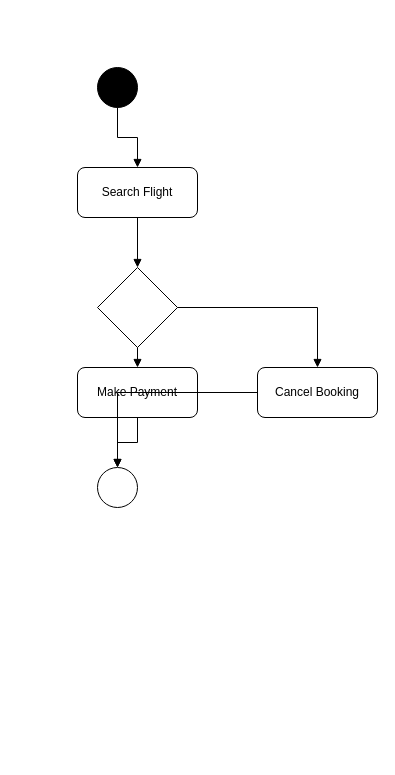
Above: acdiag.drawio in Latifpro108108/test (draw.io), before the change. Source tidied: cells renumbered, new cells numbered last; positions are measured from the earlier drawing's top-left corner, leaving out a move shared by most shapes. Both pictures are drawn from the tidied source at 100%, with x=0, y=0 at pixel (77, 67).
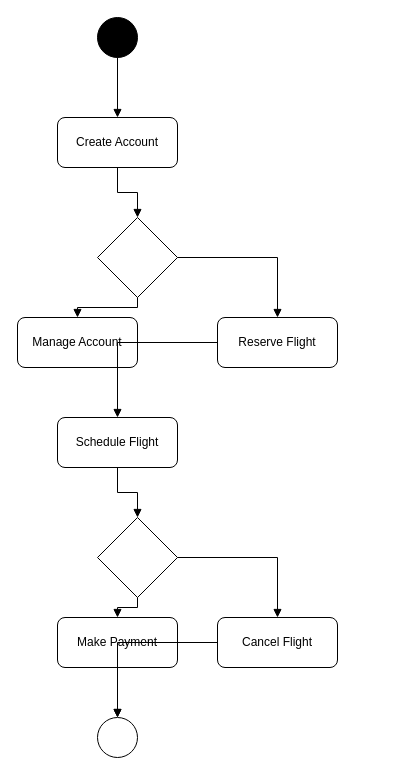
After the change.

Change to the diagram source:
```diff
@@
     <mxCell id="2" style="ellipse;fillColor=#000000;strokeColor=#000000;" parent="1" vertex="1">
-      <mxGeometry x="20" width="40" height="40" as="geometry" />
+      <mxGeometry x="20" y="-50" width="40" height="40" as="geometry" />
     </mxCell>
-    <mxCell id="3" value="Search Flight" style="rounded=1;whiteSpace=wrap;fillColor=#FFFFFF;strokeColor=#000000;" parent="1" vertex="1">
-      <mxGeometry y="100" width="120" height="50" as="geometry" />
-    </mxCell>
+    <mxCell id="14" value="Create Account" style="rounded=1;whiteSpace=wrap;fillColor=#FFFFFF;strokeColor=#000000;" parent="1" vertex="1">
+      <mxGeometry x="-20" y="50" width="120" height="50" as="geometry" />
+    </mxCell>
-    <mxCell id="4" style="edgeStyle=orthogonalEdgeStyle;strokeColor=#000000;endArrow=block;rounded=0;" parent="1" edge="1" source="2" target="3">
+    <mxCell id="4" style="edgeStyle=orthogonalEdgeStyle;strokeColor=#000000;endArrow=block;rounded=0;" parent="1" edge="1" source="2" target="14">
       <mxGeometry relative="1" as="geometry" />
     </mxCell>
     <mxCell id="5" style="rhombus;whiteSpace=wrap;fillColor=#FFFFFF;strokeColor=#000000;" parent="1" vertex="1">
-      <mxGeometry x="20" y="200" width="80" height="80" as="geometry" />
+      <mxGeometry x="20" y="150" width="80" height="80" as="geometry" />
     </mxCell>
-    <mxCell id="6" style="edgeStyle=orthogonalEdgeStyle;strokeColor=#000000;endArrow=block;rounded=0;" parent="1" edge="1" source="3" target="5">
+    <mxCell id="6" style="edgeStyle=orthogonalEdgeStyle;strokeColor=#000000;endArrow=block;rounded=0;" parent="1" edge="1" source="14" target="5">
       <mxGeometry relative="1" as="geometry" />
     </mxCell>
+    <mxCell id="15" value="Manage Account" style="rounded=1;whiteSpace=wrap;fillColor=#FFFFFF;strokeColor=#000000;" parent="1" vertex="1">
+      <mxGeometry x="-60" y="250" width="120" height="50" as="geometry" />
+    </mxCell>
+    <mxCell id="8" style="edgeStyle=orthogonalEdgeStyle;strokeColor=#000000;endArrow=block;rounded=0;" parent="1" edge="1" source="5" target="15">
+      <mxGeometry relative="1" as="geometry" />
+    </mxCell>
+    <mxCell id="16" value="Reserve Flight" style="rounded=1;whiteSpace=wrap;fillColor=#FFFFFF;strokeColor=#000000;" parent="1" vertex="1">
+      <mxGeometry x="140" y="250" width="120" height="50" as="geometry" />
+    </mxCell>
+    <mxCell id="10" style="edgeStyle=orthogonalEdgeStyle;strokeColor=#000000;endArrow=block;rounded=0;" parent="1" edge="1" source="5" target="16">
+      <mxGeometry relative="1" as="geometry" />
+    </mxCell>
+    <mxCell id="17" value="Schedule Flight" style="rounded=1;whiteSpace=wrap;fillColor=#FFFFFF;strokeColor=#000000;" parent="1" vertex="1">
+      <mxGeometry x="-20" y="350" width="120" height="50" as="geometry" />
+    </mxCell>
+    <mxCell id="12" style="edgeStyle=orthogonalEdgeStyle;strokeColor=#000000;endArrow=block;rounded=0;" parent="1" edge="1" source="16" target="17">
+      <mxGeometry relative="1" as="geometry" />
+    </mxCell>
+    <mxCell id="18" style="rhombus;whiteSpace=wrap;fillColor=#FFFFFF;strokeColor=#000000;" parent="1" vertex="1">
+      <mxGeometry x="20" y="450" width="80" height="80" as="geometry" />
+    </mxCell>
+    <mxCell id="13" style="edgeStyle=orthogonalEdgeStyle;strokeColor=#000000;endArrow=block;rounded=0;" parent="1" edge="1" source="17" target="18">
+      <mxGeometry relative="1" as="geometry" />
+    </mxCell>
     <mxCell id="7" value="Make Payment" style="rounded=1;whiteSpace=wrap;fillColor=#FFFFFF;strokeColor=#000000;" parent="1" vertex="1">
-      <mxGeometry y="300" width="120" height="50" as="geometry" />
+      <mxGeometry x="-20" y="550" width="120" height="50" as="geometry" />
     </mxCell>
-    <mxCell id="8" style="edgeStyle=orthogonalEdgeStyle;strokeColor=#000000;endArrow=block;rounded=0;" parent="1" edge="1" source="5" target="7">
-      <mxGeometry relative="1" as="geometry" />
-    </mxCell>
-    <mxCell id="9" value="Cancel Booking" style="rounded=1;whiteSpace=wrap;fillColor=#FFFFFF;strokeColor=#000000;" parent="1" vertex="1">
-      <mxGeometry x="180" y="300" width="120" height="50" as="geometry" />
-    </mxCell>
-    <mxCell id="10" style="edgeStyle=orthogonalEdgeStyle;strokeColor=#000000;endArrow=block;rounded=0;" parent="1" edge="1" source="5" target="9">
-      <mxGeometry relative="1" as="geometry" />
-    </mxCell>
+    <mxCell id="19" style="edgeStyle=orthogonalEdgeStyle;strokeColor=#000000;endArrow=block;rounded=0;" parent="1" edge="1" source="18" target="7">
+      <mxGeometry relative="1" as="geometry" />
+    </mxCell>
+    <mxCell id="20" value="Cancel Flight" style="rounded=1;whiteSpace=wrap;fillColor=#FFFFFF;strokeColor=#000000;" parent="1" vertex="1">
+      <mxGeometry x="140" y="550" width="120" height="50" as="geometry" />
+    </mxCell>
+    <mxCell id="21" style="edgeStyle=orthogonalEdgeStyle;strokeColor=#000000;endArrow=block;rounded=0;" parent="1" edge="1" source="18" target="20">
+      <mxGeometry relative="1" as="geometry" />
+    </mxCell>
     <mxCell id="11" style="ellipse;fillColor=#FFFFFF;strokeColor=#000000;" parent="1" vertex="1">
-      <mxGeometry x="20" y="400" width="40" height="40" as="geometry" />
+      <mxGeometry x="20" y="650" width="40" height="40" as="geometry" />
     </mxCell>
-    <mxCell id="12" style="edgeStyle=orthogonalEdgeStyle;strokeColor=#000000;endArrow=block;rounded=0;" parent="1" edge="1" source="7" target="11">
-      <mxGeometry relative="1" as="geometry" />
-    </mxCell>
-    <mxCell id="13" style="edgeStyle=orthogonalEdgeStyle;strokeColor=#000000;endArrow=block;rounded=0;" parent="1" edge="1" source="9" target="11">
-      <mxGeometry relative="1" as="geometry" />
-    </mxCell>
+    <mxCell id="22" style="edgeStyle=orthogonalEdgeStyle;strokeColor=#000000;endArrow=block;rounded=0;" parent="1" edge="1" source="7" target="11">
+      <mxGeometry relative="1" as="geometry" />
+    </mxCell>
+    <mxCell id="23" style="edgeStyle=orthogonalEdgeStyle;strokeColor=#000000;endArrow=block;rounded=0;" parent="1" edge="1" source="20" target="11">
+      <mxGeometry relative="1" as="geometry" />
+    </mxCell>
```
